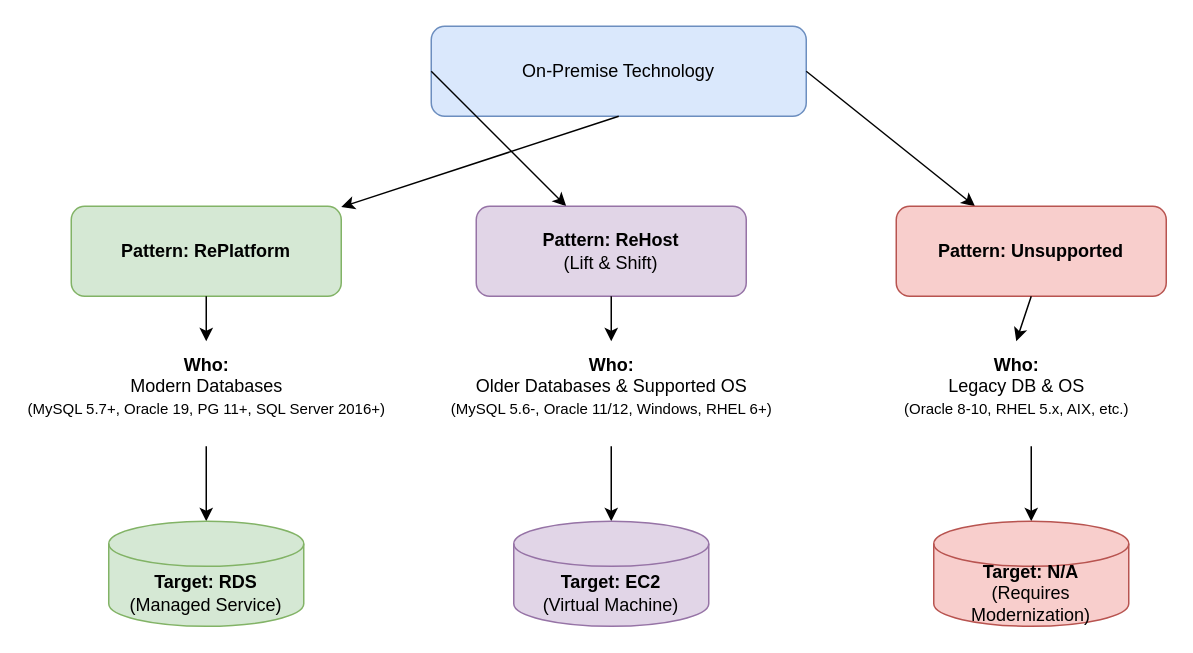
The draw.io diagram technical-view-decision-tree.drawio in anthonygea/mycv, before the edit. Source tidied: cells renumbered, new cells numbered last; positions are measured from the earlier drawing's top-left corner, leaving out a move shared by most shapes. Both pictures are drawn from the tidied source at 150%, with x=0, y=0 at pixel (26, 26).
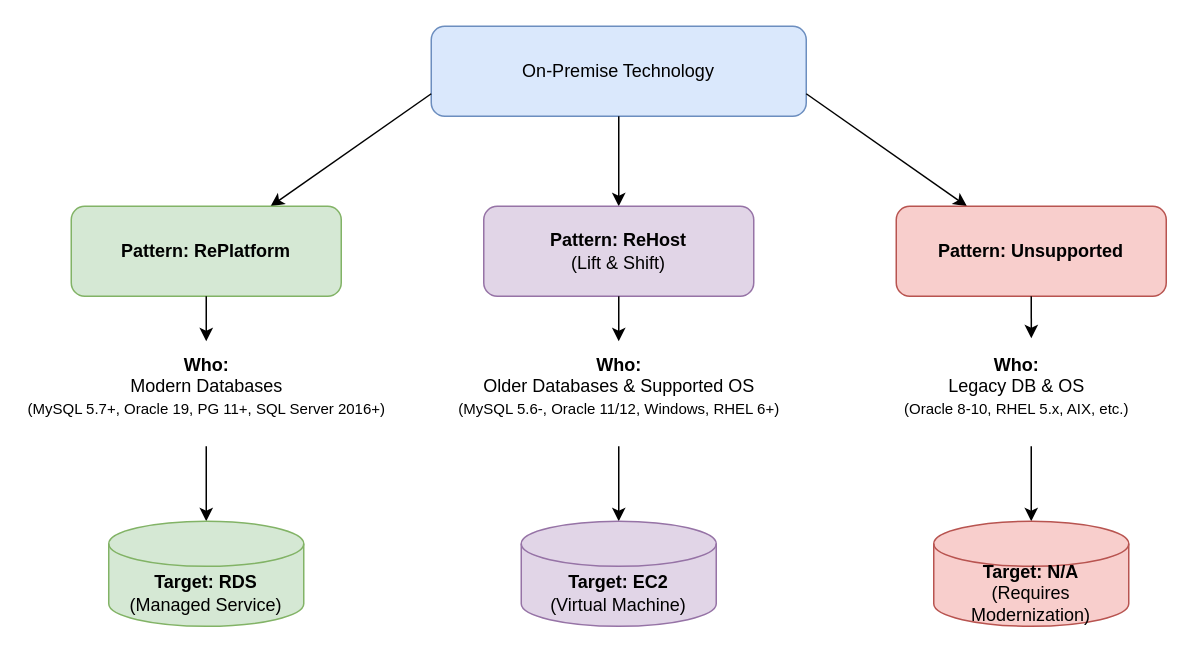
Above is the later version.

Unchanged cells that the change refers to:
```xml
<mxCell id="2" value="On-Premise Technology" style="rounded=1;whiteSpace=wrap;html=1;fillColor=#dae8fc;strokeColor=#6c8ebf;" parent="1" vertex="1">
  <mxGeometry x="270" width="250" height="60" as="geometry" />
</mxCell>
<mxCell id="6" value="&lt;b&gt;Pattern: RePlatform&lt;/b&gt;" style="rounded=1;whiteSpace=wrap;html=1;fillColor=#d5e8d4;strokeColor=#82b366;" parent="1" vertex="1">
  <mxGeometry x="30" y="120" width="180" height="60" as="geometry" />
</mxCell>
<mxCell id="8" value="&lt;b&gt;Pattern: Unsupported&lt;/b&gt;" style="rounded=1;whiteSpace=wrap;html=1;fillColor=#f8cecc;strokeColor=#b85450;" parent="1" vertex="1">
  <mxGeometry x="580" y="120" width="180" height="60" as="geometry" />
</mxCell>
<mxCell id="14" value="&lt;b&gt;Who:&lt;/b&gt;&lt;div&gt;Legacy DB &amp;amp; OS&lt;/div&gt;&lt;div&gt;&lt;font style=&quot;font-size: 10px;&quot;&gt;(Oracle 8-10, RHEL 5.x, AIX, etc.)&lt;/font&gt;&lt;/div&gt;" style="text;html=1;align=center;verticalAlign=middle;points=[];strokeColor=none;fillColor=none;" parent="1" vertex="1">
  <mxGeometry x="559.5" y="210" width="201" height="60" as="geometry" />
</mxCell>
```

Change to the diagram source:
```diff
@@
-    <mxCell id="3" style="endArrow=classic;html=1;rounded=0;exitX=0.5;exitY=1;exitDx=0;exitDy=0;" parent="1" edge="1" source="2" target="6">
+    <mxCell id="3" style="endArrow=classic;html=1;rounded=0;exitX=0;exitY=0.75;exitDx=0;exitDy=0;" parent="1" edge="1" source="2" target="6">
       <mxGeometry relative="1" as="geometry" />
     </mxCell>
-    <mxCell id="4" style="endArrow=classic;html=1;rounded=0;exitX=0;exitY=0.5;exitDx=0;exitDy=0;" parent="1" edge="1" source="2" target="7">
+    <mxCell id="4" style="endArrow=classic;html=1;rounded=0;exitX=0.5;exitY=1;exitDx=0;exitDy=0;" parent="1" edge="1" source="2" target="7">
       <mxGeometry relative="1" as="geometry" />
     </mxCell>
-    <mxCell id="5" style="endArrow=classic;html=1;rounded=0;exitX=1;exitY=0.5;exitDx=0;exitDy=0;" parent="1" edge="1" source="2" target="8">
+    <mxCell id="5" style="endArrow=classic;html=1;rounded=0;exitX=1;exitY=0.75;exitDx=0;exitDy=0;" parent="1" edge="1" source="2" target="8">
       <mxGeometry relative="1" as="geometry" />
     </mxCell>
@@
     <mxCell id="7" value="&lt;b&gt;Pattern: ReHost&lt;/b&gt;&lt;div&gt;(Lift &amp;amp; Shift)&lt;/div&gt;" style="rounded=1;whiteSpace=wrap;html=1;fillColor=#e1d5e7;strokeColor=#9673a6;" parent="1" vertex="1">
-      <mxGeometry x="300" y="120" width="180" height="60" as="geometry" />
+      <mxGeometry x="305" y="120" width="180" height="60" as="geometry" />
     </mxCell>
@@
-    <mxCell id="11" style="endArrow=classic;html=1;rounded=0;exitX=0.5;exitY=1;exitDx=0;exitDy=0;entryX=0.5;entryY=0;entryDx=0;entryDy=0;" parent="1" edge="1" source="8" target="14">
+    <mxCell id="11" style="endArrow=classic;html=1;rounded=0;exitX=0.5;exitY=1;exitDx=0;exitDy=0;entryX=0.55;entryY=-0.033;entryDx=0;entryDy=0;entryPerimeter=0;" parent="1" edge="1" source="8" target="14">
       <mxGeometry relative="1" as="geometry" />
     </mxCell>
@@
     <mxCell id="13" value="&lt;b&gt;Who:&lt;/b&gt;&lt;div&gt;Older Databases &amp;amp; Supported OS&lt;/div&gt;&lt;div&gt;&lt;font style=&quot;font-size: 10px;&quot;&gt;(MySQL 5.6-, Oracle 11/12, Windows, RHEL 6+)&lt;/font&gt;&lt;/div&gt;" style="text;html=1;align=center;verticalAlign=middle;points=[];strokeColor=none;fillColor=none;" parent="1" vertex="1">
-      <mxGeometry x="264" y="210" width="252" height="60" as="geometry" />
+      <mxGeometry x="269" y="210" width="252" height="60" as="geometry" />
     </mxCell>
@@
     <mxCell id="16" style="endArrow=classic;html=1;rounded=0;entryX=0.5;entryY=0;entryDx=0;entryDy=0;" parent="1" edge="1">
       <mxGeometry relative="1" as="geometry">
-        <mxPoint x="390" y="280" as="sourcePoint" />
-        <mxPoint x="390" y="330" as="targetPoint" />
+        <mxPoint x="395" y="280" as="sourcePoint" />
+        <mxPoint x="395" y="330" as="targetPoint" />
       </mxGeometry>
     </mxCell>
@@
     <mxCell id="19" value="&lt;b&gt;Target: EC2&lt;/b&gt;&lt;div&gt;(Virtual Machine)&lt;/div&gt;" style="shape=cylinder3;whiteSpace=wrap;html=1;boundedLbl=1;backgroundOutline=1;size=15;fillColor=#e1d5e7;strokeColor=#9673a6;" parent="1" vertex="1">
-      <mxGeometry x="325" y="330" width="130" height="70" as="geometry" />
+      <mxGeometry x="330" y="330" width="130" height="70" as="geometry" />
     </mxCell>
```
